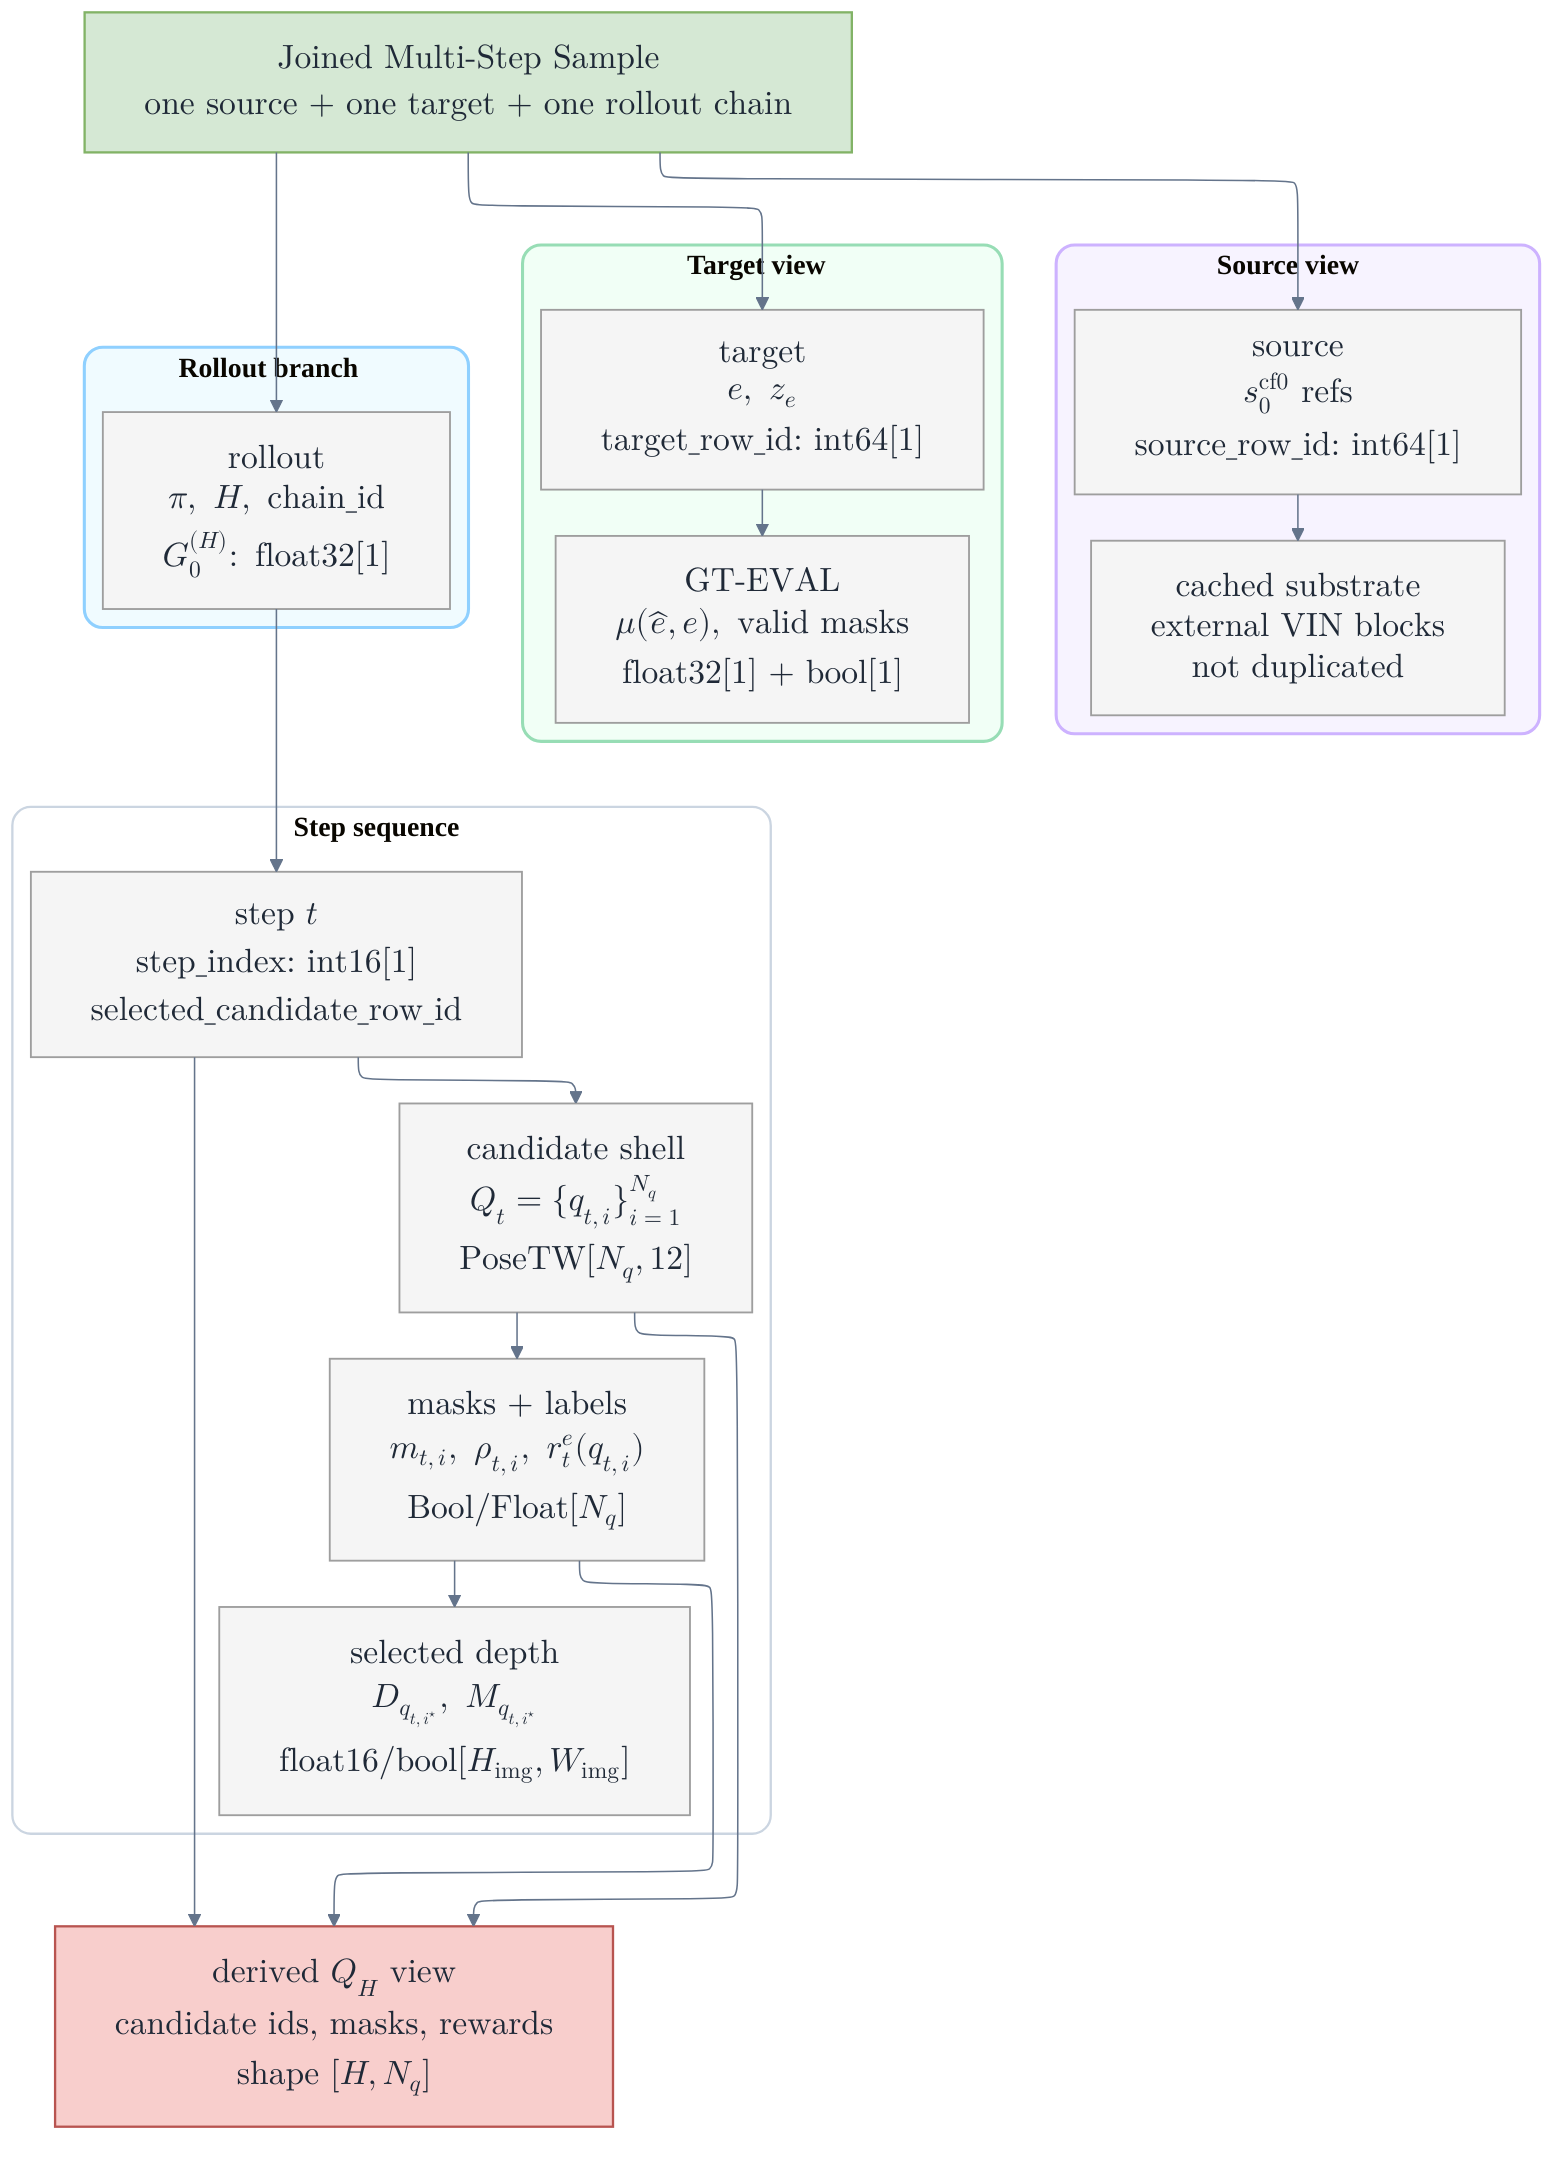
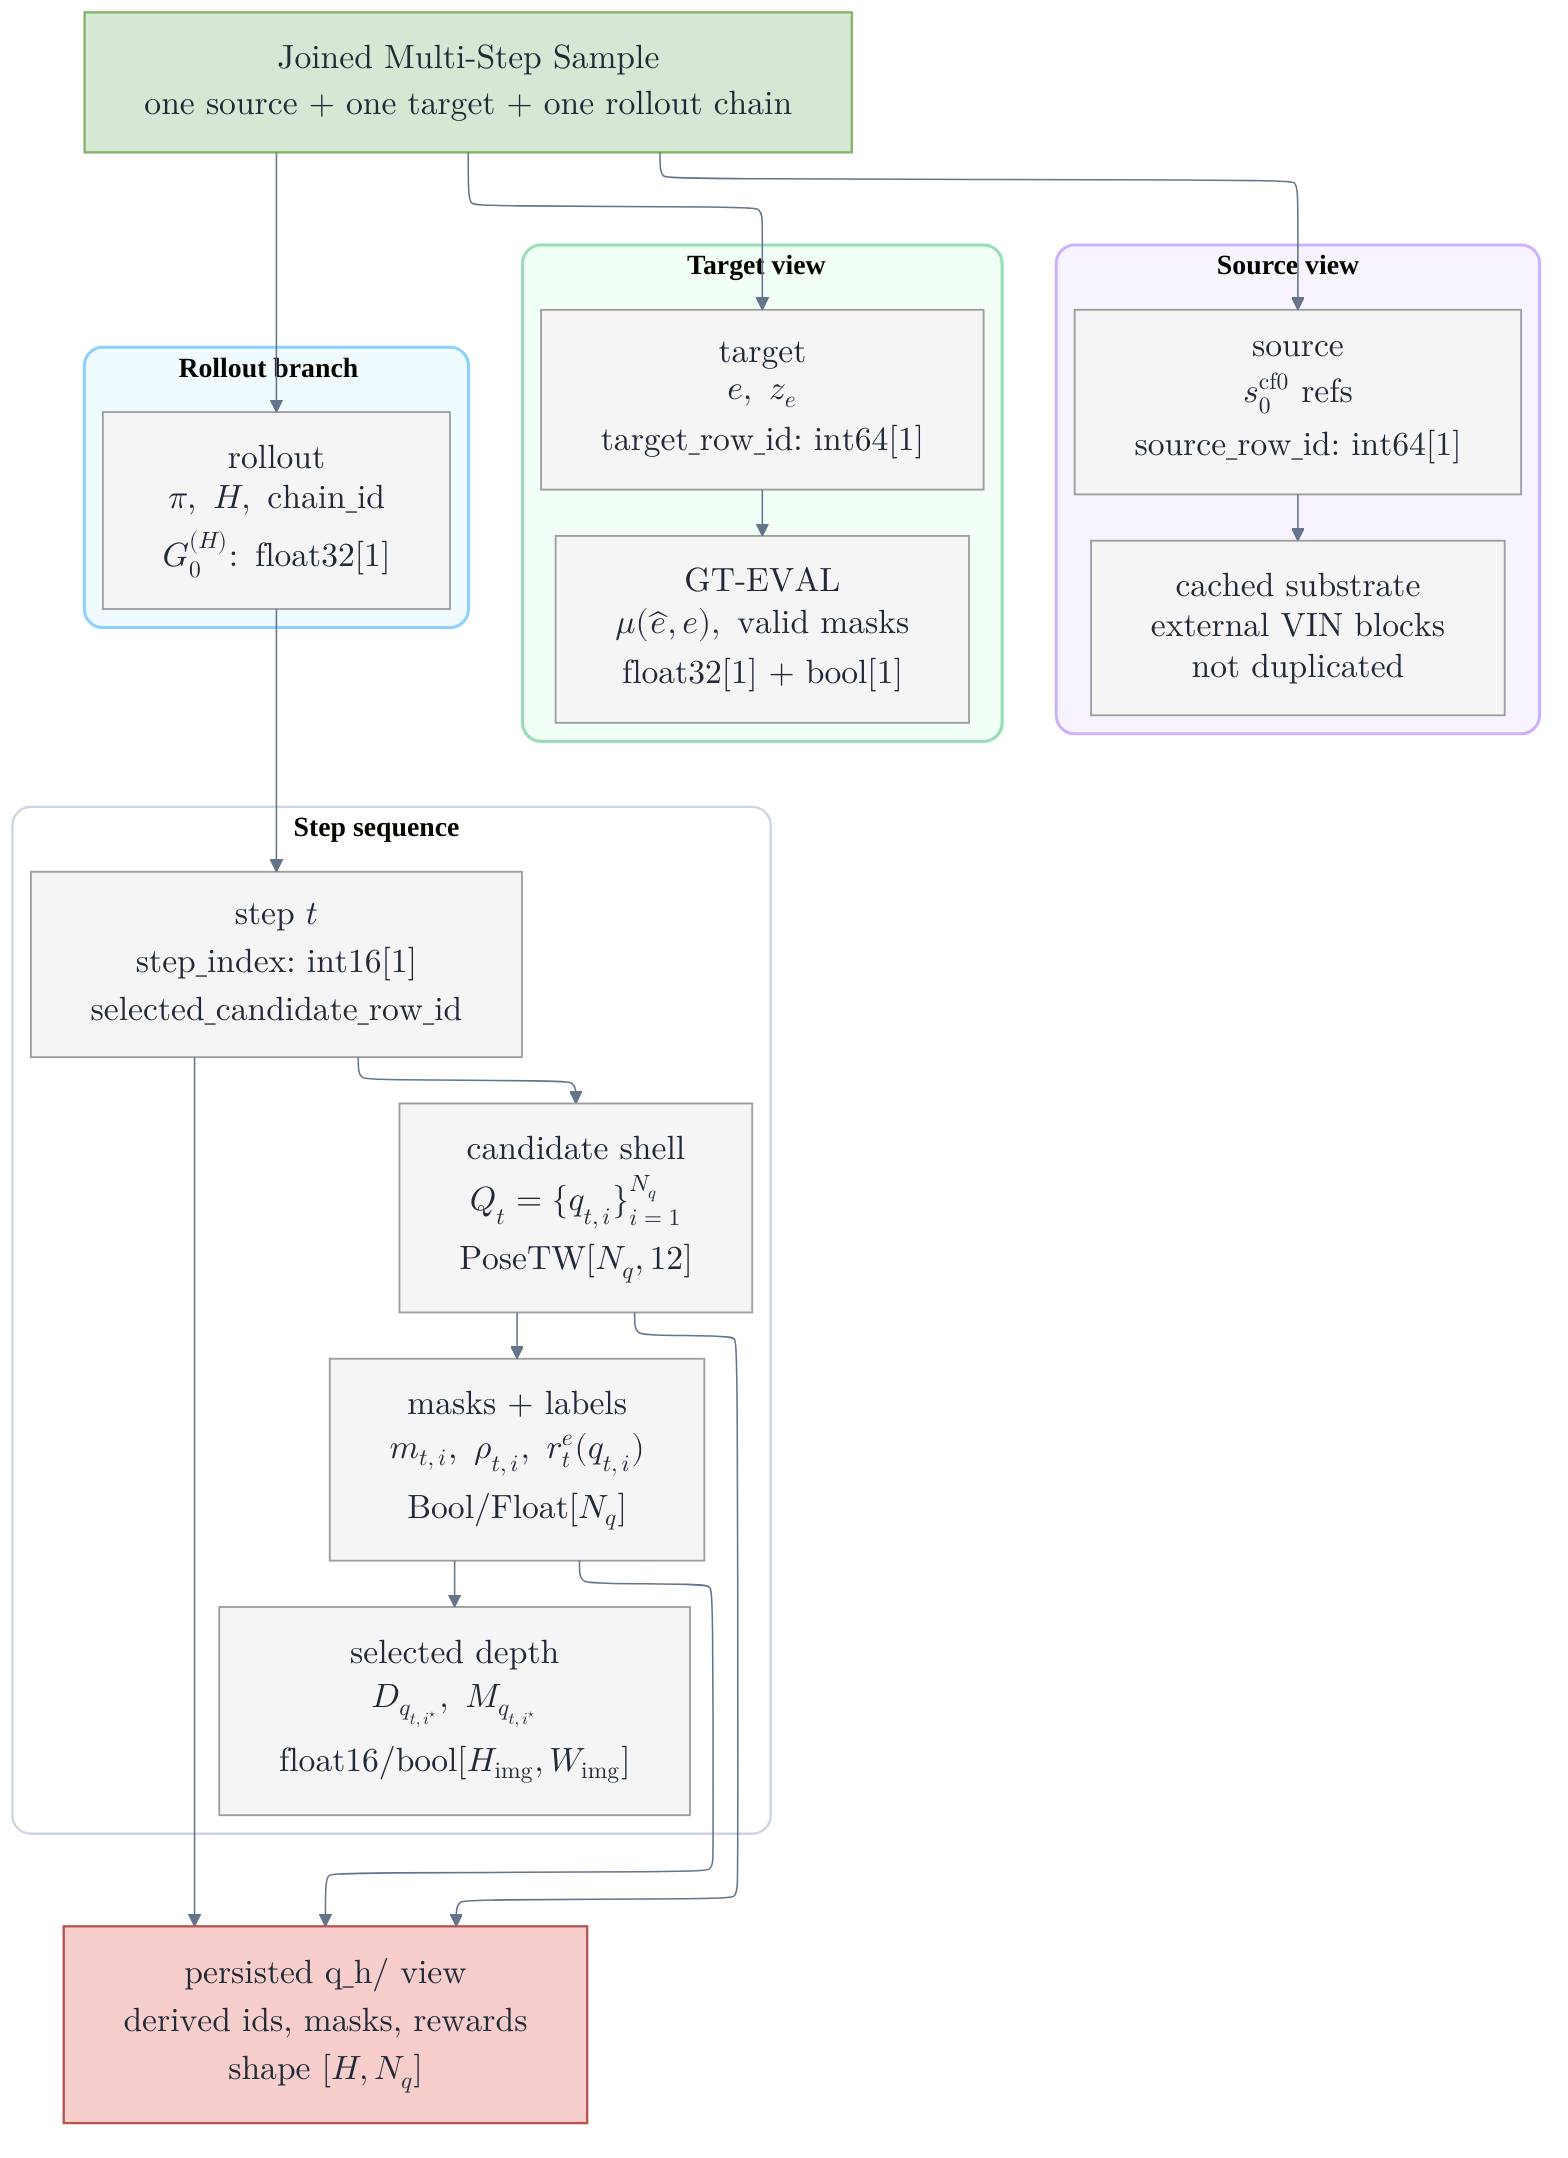
---
config:
  theme: base
  htmlLabels: true
  flowchart:
    htmlLabels: true
    nodeSpacing: 18
    rankSpacing: 30
    curve: basis
  layout: elk
  themeVariables:
    background: "#ffffff"
    fontFamily: "Inter, DejaVu Sans, Arial, sans-serif"
    fontSize: "18px"
    primaryTextColor: "#1f2937"
    lineColor: "#64748b"
  themeCSS: |
    .nodeLabel { font-size: 18px; }
    .edgeLabel { font-size: 16px; }
    .cluster-label { font-size: 18px; font-weight: 700; }
---
flowchart TB
  Sample["$$\\begin{array}{c}\\textbf{Joined Multi-Step Sample}\\\\\\text{one source + one target + one rollout chain}\\end{array}$$"]

  subgraph SourceView["Source view"]
    Source["$$\\begin{array}{c}\\textbf{source}\\\\ s_0^{\\mathrm{cf0}}\\ \\text{refs}\\\\\\texttt{source\\_row\\_id}:\\ \\texttt{int64[1]}\\end{array}$$"]
    Backbones["$$\\begin{array}{c}\\textbf{cached substrate}\\\\\\text{external VIN blocks}\\\\\\text{not duplicated}\\end{array}$$"]
  end

  subgraph TargetView["Target view"]
    Target["$$\\begin{array}{c}\\textbf{target}\\\\ e,\\ z_e\\\\\\texttt{target\\_row\\_id}:\\ \\texttt{int64[1]}\\end{array}$$"]
    Match["$$\\begin{array}{c}\\textbf{GT-EVAL}\\\\ \\mu(\\hat{e},e),\\ \\text{valid masks}\\\\\\texttt{float32[1]}\\ +\\ \\texttt{bool[1]}\\end{array}$$"]
  end

  subgraph RolloutView["Rollout branch"]
    Rollout["$$\\begin{array}{c}\\textbf{rollout}\\\\ \\pi,\\ H,\\ \\texttt{chain\\_id}\\\\ G_0^{(H)}:\\ \\texttt{float32[1]}\\end{array}$$"]
  end

  subgraph StepView["Step sequence"]
    Step0["$$\\begin{array}{c}\\textbf{step }t\\\\\\texttt{step\\_index}:\\ \\texttt{int16[1]}\\\\\\texttt{selected\\_candidate\\_row\\_id}\\end{array}$$"]
    Candidates["$$\\begin{array}{c}\\textbf{candidate shell}\\\\\\boldsymbol{\\mathcal{Q}}_t=\\{q_{t,i}\\}_{i=1}^{N_q}\\\\\\texttt{PoseTW}[N_q,12]\\end{array}$$"]
    Masks["$$\\begin{array}{c}\\textbf{masks + labels}\\\\ m_{t,i},\\ \\rho_{t,i},\\ r_t^e(q_{t,i})\\\\\\texttt{Bool/Float}[N_q]\\end{array}$$"]
    Depth["$$\\begin{array}{c}\\textbf{selected depth}\\\\\\mathbf{D}_{q_{t,i^\\star}},\\ \\mathbf{M}_{q_{t,i^\\star}}\\\\\\texttt{float16/bool}[H_{\\mathrm{img}},W_{\\mathrm{img}}]\\end{array}$$"]
  end

-   QH["$$\\begin{array}{c}\\textbf{derived }Q_H\\textbf{ view}\\\\\\text{candidate ids, masks, rewards}\\\\\\text{shape }[H,N_q]\\end{array}$$"]
+   QH["$$\\begin{array}{c}\\textbf{persisted }\\texttt{q\\_h/}\\textbf{ view}\\\\\\text{derived ids, masks, rewards}\\\\\\text{shape }[H,N_q]\\end{array}$$"]

  Sample --> Source --> Backbones
  Sample --> Target --> Match
  Sample --> Rollout
  Rollout --> Step0 --> Candidates --> Masks
  Masks --> Depth
  Candidates --> QH
  Masks --> QH
  Step0 --> QH

  classDef input fill:#D5E8D4,stroke:#82B366,stroke-width:1.5px,rx:0,ry:0;
  classDef output fill:#F8CECC,stroke:#B85450,stroke-width:1.5px,rx:0,ry:0;
  classDef compute fill:#E1D5E7,stroke:#9673A6,stroke-width:1.5px,rx:8,ry:8;
  classDef data fill:#F5F5F5,stroke:#9E9E9E,stroke-width:1.2px,rx:0,ry:0;

  class Source,Backbones,Target,Match,Rollout,Step0,Candidates,Masks,Depth data;
  class Sample input;
  class QH output;

  style SourceView fill:#f7f3ff,stroke:#cdb2ff,stroke-width:2px,rx:12,ry:12
  style TargetView fill:#f1fff6,stroke:#97ddb5,stroke-width:2px,rx:12,ry:12
  style RolloutView fill:#f0fbff,stroke:#8fd0ff,stroke-width:2px,rx:12,ry:12
  style StepView fill:#ffffff,stroke:#cbd5e1,stroke-width:1.5px,rx:12,ry:12
